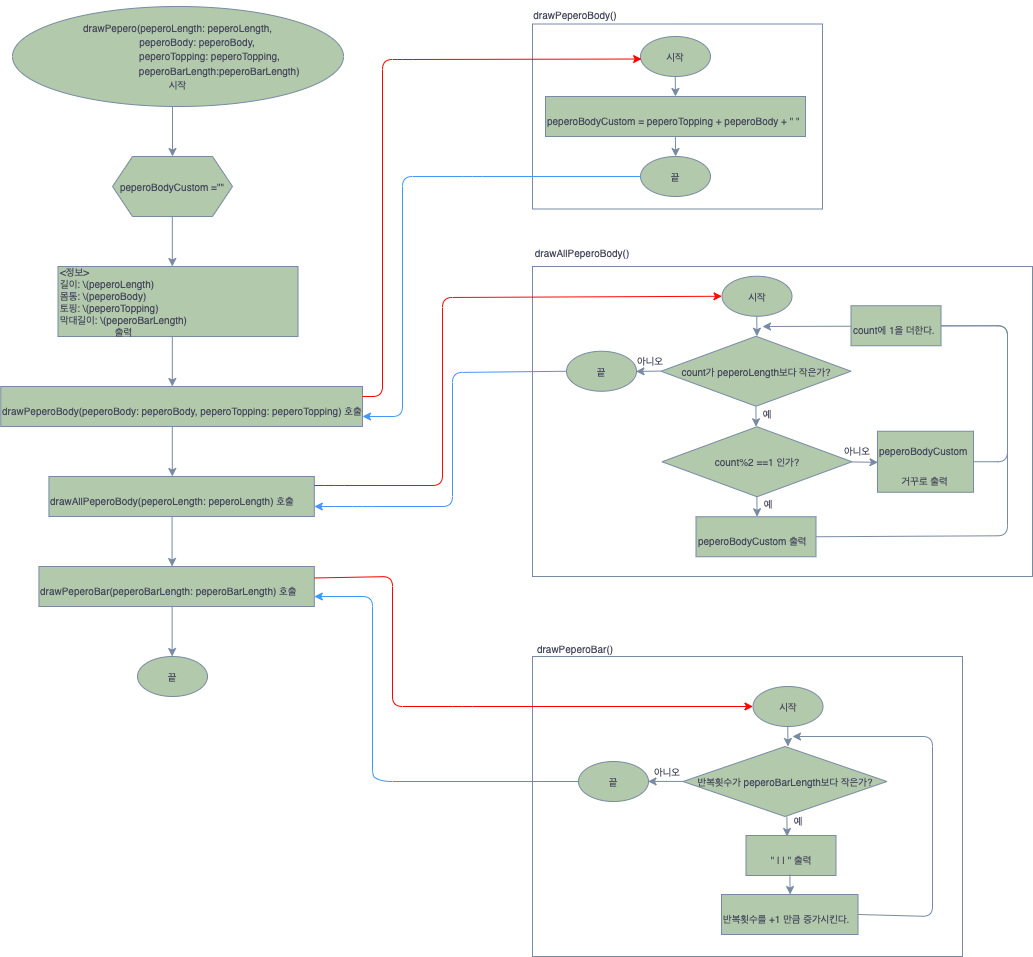
Earlier version of the draw.io export Lily_Week01_Step3.png (yagom-academy/swift-starter-camp-4th). Source tidied: cells renumbered, new cells last; positions are measured from the earlier drawing's top-left corner, leaving out a move shared by most shapes.
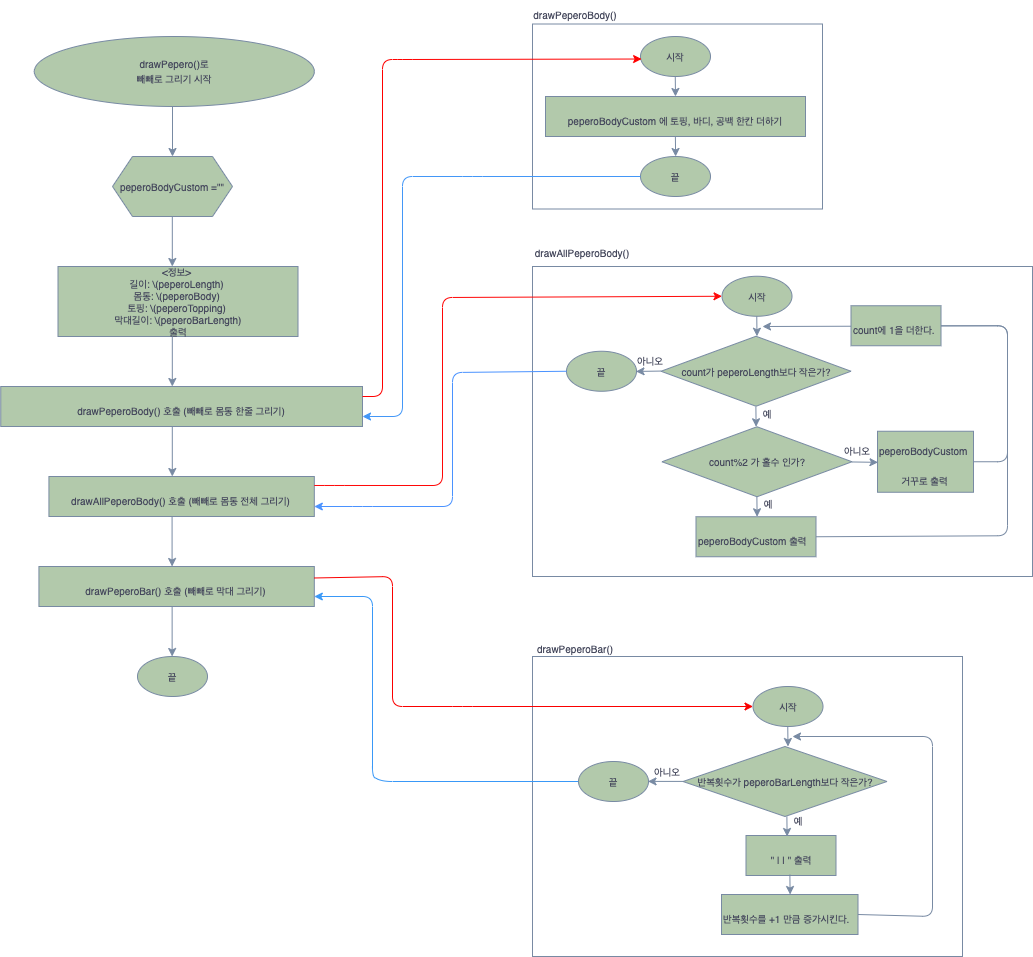
After the commit.

Commit message:
step2 코드, 순서도 수정

What changed in the source:
```diff
@@ -11,8 +11,8 @@
     <mxCell id="4" style="rounded=0;whiteSpace=wrap;html=1;sketch=0;fillColor=none;verticalAlign=top;labelPosition=center;verticalLabelPosition=bottom;align=center;strokeColor=#788AA3;fontColor=#46495D;" parent="1" vertex="1">
       <mxGeometry x="532" y="23.5" width="290" height="185" as="geometry" />
     </mxCell>
-    <mxCell id="5" value="&lt;font style=&quot;font-size: 10px&quot;&gt;drawPepero(peperoLength: peperoLength,&lt;br&gt;&amp;nbsp; &amp;nbsp; &amp;nbsp; &amp;nbsp; &amp;nbsp; &amp;nbsp; &amp;nbsp; &amp;nbsp;peperoBody: peperoBody, &lt;br&gt;&amp;nbsp; &amp;nbsp; &amp;nbsp; &amp;nbsp; &amp;nbsp; &amp;nbsp; &amp;nbsp; &amp;nbsp; &amp;nbsp; &amp;nbsp; &amp;nbsp; &amp;nbsp; peperoTopping: peperoTopping, &lt;br&gt;&amp;nbsp; &amp;nbsp; &amp;nbsp; &amp;nbsp; &amp;nbsp; &amp;nbsp; &amp;nbsp; &amp;nbsp; &amp;nbsp; &amp;nbsp; &amp;nbsp; &amp;nbsp; &amp;nbsp; &amp;nbsp; &amp;nbsp; peperoBarLength:peperoBarLength)&lt;br&gt;시작&lt;br&gt;&lt;/font&gt;" style="ellipse;whiteSpace=wrap;html=1;fillColor=#B2C9AB;strokeColor=#788AA3;fontColor=#46495D;" parent="1" vertex="1">
-      <mxGeometry x="12" y="6" width="331" height="100" as="geometry" />
+    <mxCell id="5" value="&lt;font style=&quot;font-size: 10px&quot;&gt;drawPepero()로&lt;br&gt;빼빼로 그리기 시작&lt;br&gt;&lt;/font&gt;" style="ellipse;whiteSpace=wrap;html=1;fillColor=#B2C9AB;strokeColor=#788AA3;fontColor=#46495D;" parent="1" vertex="1">
+      <mxGeometry x="33.8" y="36" width="280" height="70" as="geometry" />
     </mxCell>
     <mxCell id="6" style="endArrow=classic;html=1;rounded=0;fontSize=30;strokeColor=#788AA3;fontColor=#46495D;" parent="1" edge="1">
       <mxGeometry relative="1" as="geometry">
@@ -29,7 +29,7 @@
         <mxPoint x="171.8" y="266" as="targetPoint" />
       </mxGeometry>
     </mxCell>
-    <mxCell id="9" value="&lt;div style=&quot;font-size: 10px&quot;&gt;&lt;span style=&quot;line-height: 1&quot;&gt;&lt;font style=&quot;font-size: 10px&quot;&gt;&amp;lt;정보&amp;gt;&amp;nbsp;&lt;/font&gt;&lt;/span&gt;&lt;/div&gt;&lt;div style=&quot;font-size: 10px&quot;&gt;&lt;span style=&quot;line-height: 1&quot;&gt;&lt;font style=&quot;font-size: 10px&quot;&gt;길이: \(peperoLength)&amp;nbsp;&lt;/font&gt;&lt;/span&gt;&lt;/div&gt;&lt;div style=&quot;font-size: 10px&quot;&gt;&lt;span&gt;&lt;font style=&quot;font-size: 10px&quot;&gt;몸통: \(peperoBody)&amp;nbsp;&lt;/font&gt;&lt;/span&gt;&lt;/div&gt;&lt;div style=&quot;font-size: 10px&quot;&gt;&lt;span style=&quot;line-height: 1&quot;&gt;&lt;font style=&quot;font-size: 10px&quot;&gt;토핑: \(peperoTopping)&amp;nbsp;&lt;/font&gt;&lt;/span&gt;&lt;/div&gt;&lt;div style=&quot;font-size: 10px&quot;&gt;&lt;span style=&quot;line-height: 1&quot;&gt;&lt;font style=&quot;font-size: 10px&quot;&gt;막대길이: \(peperoBarLength)&lt;/font&gt;&lt;/span&gt;&lt;/div&gt;&lt;div style=&quot;text-align: center ; font-size: 10px&quot;&gt;&lt;span style=&quot;line-height: 1&quot;&gt;&lt;font style=&quot;font-size: 10px&quot;&gt;출력&lt;/font&gt;&lt;/span&gt;&lt;/div&gt;" style="rounded=0;whiteSpace=wrap;html=1;fontSize=25;fillColor=#B2C9AB;strokeColor=#788AA3;fontColor=#46495D;align=left;" parent="1" vertex="1">
+    <mxCell id="9" value="&lt;div style=&quot;font-size: 10px&quot;&gt;&lt;span style=&quot;line-height: 1&quot;&gt;&lt;font style=&quot;font-size: 10px&quot;&gt;&amp;lt;정보&amp;gt;&amp;nbsp;&lt;/font&gt;&lt;/span&gt;&lt;/div&gt;&lt;div style=&quot;font-size: 10px&quot;&gt;&lt;span style=&quot;line-height: 1&quot;&gt;&lt;font style=&quot;font-size: 10px&quot;&gt;길이: \(peperoLength)&amp;nbsp;&lt;/font&gt;&lt;/span&gt;&lt;/div&gt;&lt;div style=&quot;font-size: 10px&quot;&gt;&lt;span&gt;&lt;font style=&quot;font-size: 10px&quot;&gt;몸통: \(peperoBody)&amp;nbsp;&lt;/font&gt;&lt;/span&gt;&lt;/div&gt;&lt;div style=&quot;font-size: 10px&quot;&gt;&lt;span style=&quot;line-height: 1&quot;&gt;&lt;font style=&quot;font-size: 10px&quot;&gt;토핑: \(peperoTopping)&amp;nbsp;&lt;/font&gt;&lt;/span&gt;&lt;/div&gt;&lt;div style=&quot;font-size: 10px&quot;&gt;&lt;span style=&quot;line-height: 1&quot;&gt;&lt;font style=&quot;font-size: 10px&quot;&gt;막대길이: \(peperoBarLength)&lt;/font&gt;&lt;/span&gt;&lt;/div&gt;&lt;div style=&quot;font-size: 10px;&quot;&gt;&lt;span style=&quot;line-height: 1&quot;&gt;&lt;font style=&quot;font-size: 10px&quot;&gt;출력&lt;/font&gt;&lt;/span&gt;&lt;/div&gt;" style="rounded=0;whiteSpace=wrap;html=1;fontSize=25;fillColor=#B2C9AB;strokeColor=#788AA3;fontColor=#46495D;align=center;" parent="1" vertex="1">
       <mxGeometry x="57.5" y="266" width="240" height="70" as="geometry" />
     </mxCell>
     <mxCell id="10" style="endArrow=classic;html=1;rounded=0;fontSize=30;strokeColor=#788AA3;fontColor=#46495D;" parent="1" edge="1">
@@ -38,7 +38,7 @@
         <mxPoint x="171.8" y="386" as="targetPoint" />
       </mxGeometry>
     </mxCell>
-    <mxCell id="11" value="&lt;font style=&quot;font-size: 9px&quot;&gt;drawPeperoBody(peperoBody: peperoBody, peperoTopping: peperoTopping) 호출&lt;/font&gt;" style="rounded=0;whiteSpace=wrap;html=1;fontSize=25;fillColor=#B2C9AB;strokeColor=#788AA3;fontColor=#46495D;align=left;" parent="1" vertex="1">
+    <mxCell id="11" value="&lt;font style=&quot;font-size: 9px&quot;&gt;drawPeperoBody() 호출 (빼빼로 몸통 한줄 그리기)&lt;/font&gt;" style="rounded=0;whiteSpace=wrap;html=1;fontSize=25;fillColor=#B2C9AB;strokeColor=#788AA3;fontColor=#46495D;align=center;" parent="1" vertex="1">
       <mxGeometry x="0.2" y="386" width="361.8" height="40" as="geometry" />
     </mxCell>
     <mxCell id="12" style="endArrow=classic;html=1;rounded=0;fontSize=30;strokeColor=#788AA3;fontColor=#46495D;" parent="1" edge="1">
@@ -53,10 +53,10 @@
         <mxPoint x="171.6" y="566" as="targetPoint" />
       </mxGeometry>
     </mxCell>
-    <mxCell id="14" value="&lt;font style=&quot;font-size: 9px&quot;&gt;drawAllPeperoBody(peperoLength: peperoLength) 호출&lt;/font&gt;" style="rounded=0;whiteSpace=wrap;html=1;fontSize=25;fillColor=#B2C9AB;strokeColor=#788AA3;fontColor=#46495D;align=left;" parent="1" vertex="1">
+    <mxCell id="14" value="&lt;font style=&quot;font-size: 9px&quot;&gt;drawAllPeperoBody() 호출 (빼빼로 몸통 전체 그리기)&lt;/font&gt;" style="rounded=0;whiteSpace=wrap;html=1;fontSize=25;fillColor=#B2C9AB;strokeColor=#788AA3;fontColor=#46495D;align=center;" parent="1" vertex="1">
       <mxGeometry x="48.4" y="476" width="265.4" height="40" as="geometry" />
     </mxCell>
-    <mxCell id="15" value="&lt;font style=&quot;font-size: 9px&quot;&gt;drawPeperoBar(peperoBarLength: peperoBarLength) 호출&lt;/font&gt;" style="rounded=0;whiteSpace=wrap;html=1;fontSize=25;fillColor=#B2C9AB;strokeColor=#788AA3;fontColor=#46495D;align=left;" parent="1" vertex="1">
+    <mxCell id="15" value="&lt;font style=&quot;font-size: 9px&quot;&gt;drawPeperoBar() 호출 (빼빼로 막대 그리기)&lt;/font&gt;" style="rounded=0;whiteSpace=wrap;html=1;fontSize=25;fillColor=#B2C9AB;strokeColor=#788AA3;fontColor=#46495D;align=center;" parent="1" vertex="1">
       <mxGeometry x="38.4" y="566" width="275.4" height="40" as="geometry" />
     </mxCell>
     <mxCell id="16" value="시작" style="ellipse;whiteSpace=wrap;html=1;fontSize=9;fillColor=#B2C9AB;strokeColor=#788AA3;fontColor=#46495D;" parent="1" vertex="1">
@@ -68,7 +68,7 @@
         <mxPoint x="675" y="96" as="targetPoint" />
       </mxGeometry>
     </mxCell>
-    <mxCell id="18" value="&lt;div&gt;&lt;span style=&quot;font-size: 10px&quot;&gt;peperoBodyCustom = peperoTopping + peperoBody + &quot; &quot;&amp;nbsp;&lt;/span&gt;&lt;/div&gt;" style="rounded=0;whiteSpace=wrap;html=1;fontSize=25;fillColor=#B2C9AB;strokeColor=#788AA3;fontColor=#46495D;align=left;" parent="1" vertex="1">
+    <mxCell id="18" value="&lt;div&gt;&lt;span style=&quot;font-size: 10px&quot;&gt;peperoBodyCustom 에 토핑, 바디, 공백 한칸 더하기&lt;/span&gt;&lt;/div&gt;" style="rounded=0;whiteSpace=wrap;html=1;fontSize=25;fillColor=#B2C9AB;strokeColor=#788AA3;fontColor=#46495D;align=center;" parent="1" vertex="1">
       <mxGeometry x="545" y="96" width="260" height="40" as="geometry" />
     </mxCell>
     <mxCell id="19" style="endArrow=classic;html=1;rounded=0;fontSize=30;strokeColor=#788AA3;fontColor=#46495D;" parent="1" edge="1">
@@ -101,7 +101,7 @@
     <mxCell id="26" value="count가 peperoLength보다 작은가?" style="rhombus;whiteSpace=wrap;html=1;rounded=0;sketch=0;fontSize=10;fontColor=#46495D;strokeColor=#788AA3;fillColor=#B2C9AB;" parent="1" vertex="1">
       <mxGeometry x="660.5" y="335.8" width="190" height="70" as="geometry" />
     </mxCell>
-    <mxCell id="27" value="count%2 ==1 인가?" style="rhombus;whiteSpace=wrap;html=1;rounded=0;sketch=0;fontSize=10;fontColor=#46495D;strokeColor=#788AA3;fillColor=#B2C9AB;" parent="1" vertex="1">
+    <mxCell id="27" value="count%2 가 홀수 인가?" style="rhombus;whiteSpace=wrap;html=1;rounded=0;sketch=0;fontSize=10;fontColor=#46495D;strokeColor=#788AA3;fillColor=#B2C9AB;" parent="1" vertex="1">
       <mxGeometry x="661.5" y="426.2" width="190" height="70" as="geometry" />
     </mxCell>
     <mxCell id="28" style="endArrow=classic;html=1;rounded=0;fontSize=30;strokeColor=#788AA3;fontColor=#46495D;" parent="1" edge="1">
```
